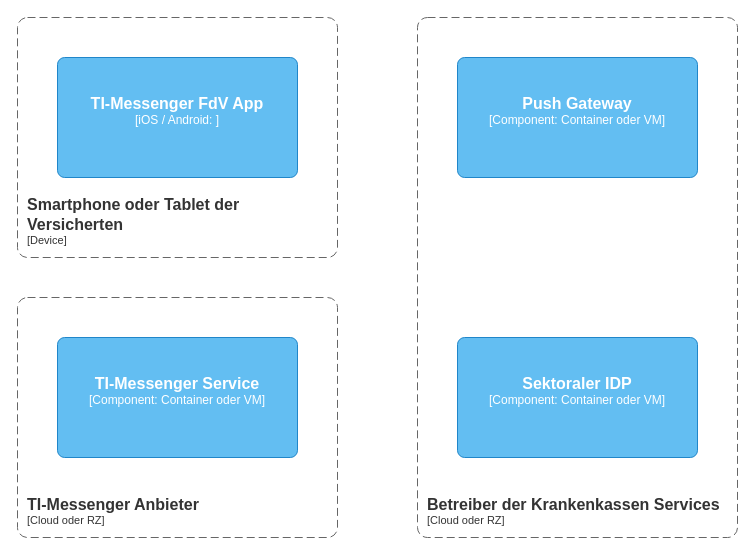
This is src/drawio/Anwenderidentifikation_Verteilungssicht.drawio from gematik/api-ti-messenger, a draw.io file, before an edit. Source tidied: cells renumbered, new cells numbered last; positions are measured from the earlier drawing's top-left corner, leaving out a move shared by most shapes. Both pictures are drawn from the tidied source at 100%, with x=0, y=0 at pixel (17, 17).
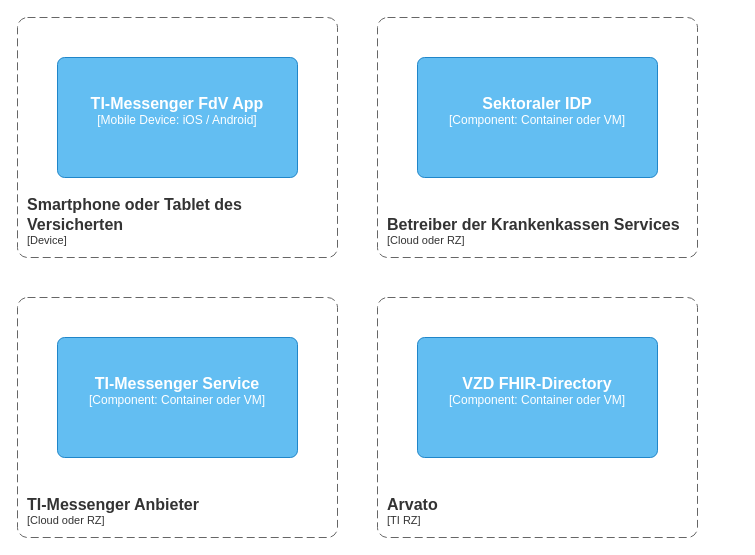
Above is the later version.

What changed in the source:
```diff
@@
 <mxGraphModel>
   <root>
     <mxCell id="0" />
     <mxCell id="1" parent="0" />
-    <object id="2" label="&lt;font style=&quot;font-size: 16px&quot;&gt;&lt;b&gt;%c4Name%&lt;/b&gt;&lt;/font&gt;&lt;div&gt;[%c4Type%: %c4Technology%]&lt;/div&gt;&lt;br&gt;&lt;div&gt;&lt;font style=&quot;font-size: 11px&quot;&gt;%c4Description%&lt;/font&gt;&lt;/div&gt;" c4Description="" c4Name="TI-Messenger FdV App" c4Technology="" c4Type="iOS / Android" placeholders="1">
+    <object id="2" label="&lt;font style=&quot;font-size: 16px&quot;&gt;&lt;b&gt;%c4Name%&lt;/b&gt;&lt;/font&gt;&lt;div&gt;[%c4Type%: %c4Technology%]&lt;/div&gt;&lt;br&gt;&lt;div&gt;&lt;font style=&quot;font-size: 11px&quot;&gt;%c4Description%&lt;/font&gt;&lt;/div&gt;" c4Description="" c4Name="TI-Messenger FdV App" c4Technology="iOS / Android" c4Type="Mobile Device" placeholders="1">
       <mxCell style="rounded=1;whiteSpace=wrap;html=1;labelBackgroundColor=none;fillColor=#63BEF2;fontColor=#ffffff;align=center;arcSize=6;strokeColor=#2086C9;" parent="1" vertex="1">
         <mxGeometry x="40" y="40" width="240" height="120" as="geometry" />
       </mxCell>
     </object>
-    <object id="3" label="&lt;font style=&quot;font-size: 16px&quot;&gt;&lt;b&gt;&lt;div style=&quot;text-align: left&quot;&gt;%c4Name%&lt;/div&gt;&lt;/b&gt;&lt;/font&gt;&lt;div style=&quot;text-align: left&quot;&gt;[%c4Application%]&lt;/div&gt;" c4Application="Device" c4Name="Smartphone oder Tablet der Versicherten" placeholders="1">
+    <object id="3" label="&lt;font style=&quot;font-size: 16px&quot;&gt;&lt;b&gt;&lt;div style=&quot;text-align: left&quot;&gt;%c4Name%&lt;/div&gt;&lt;/b&gt;&lt;/font&gt;&lt;div style=&quot;text-align: left&quot;&gt;[%c4Application%]&lt;/div&gt;" c4Application="Device" c4Name="Smartphone oder Tablet des Versicherten" placeholders="1">
       <mxCell style="rounded=1;fontSize=11;whiteSpace=wrap;html=1;dashed=1;arcSize=20;fillColor=none;strokeColor=#666666;fontColor=#333333;labelBackgroundColor=none;align=left;verticalAlign=bottom;labelBorderColor=none;spacingTop=0;spacing=10;dashPattern=8 4;perimeter=rectanglePerimeter;noLabel=0;labelPadding=0;absoluteArcSize=1;" parent="1" vertex="1">
         <mxGeometry width="320" height="240" as="geometry" />
       </mxCell>
     </object>
     <object id="4" label="&lt;font style=&quot;font-size: 16px&quot;&gt;&lt;b&gt;&lt;div style=&quot;text-align: left&quot;&gt;%c4Name%&lt;/div&gt;&lt;/b&gt;&lt;/font&gt;&lt;div style=&quot;text-align: left&quot;&gt;[%c4Application%]&lt;/div&gt;" c4Application="Cloud oder RZ" c4Name="TI-Messenger Anbieter" placeholders="1">
       <mxCell style="rounded=1;fontSize=11;whiteSpace=wrap;html=1;dashed=1;arcSize=20;fillColor=none;strokeColor=#666666;fontColor=#333333;labelBackgroundColor=none;align=left;verticalAlign=bottom;labelBorderColor=none;spacingTop=0;spacing=10;dashPattern=8 4;perimeter=rectanglePerimeter;noLabel=0;labelPadding=0;absoluteArcSize=1;" parent="1" vertex="1">
         <mxGeometry y="280" width="320" height="240" as="geometry" />
       </mxCell>
     </object>
     <object id="5" label="&lt;font style=&quot;font-size: 16px&quot;&gt;&lt;b&gt;%c4Name%&lt;/b&gt;&lt;/font&gt;&lt;div&gt;[%c4Type%: %c4Technology%]&lt;/div&gt;&lt;br&gt;&lt;div&gt;&lt;font style=&quot;font-size: 11px&quot;&gt;%c4Description%&lt;/font&gt;&lt;/div&gt;" c4Description="" c4Name="TI-Messenger Service" c4Technology="Container oder VM" c4Type="Component" placeholders="1">
       <mxCell style="rounded=1;whiteSpace=wrap;html=1;labelBackgroundColor=none;fillColor=#63BEF2;fontColor=#ffffff;align=center;arcSize=6;strokeColor=#2086C9;" parent="1" vertex="1">
         <mxGeometry x="40" y="320" width="240" height="120" as="geometry" />
       </mxCell>
     </object>
-    <object id="6" label="&lt;font style=&quot;font-size: 16px&quot;&gt;&lt;b&gt;%c4Name%&lt;/b&gt;&lt;/font&gt;&lt;div&gt;[%c4Type%: %c4Technology%]&lt;/div&gt;&lt;br&gt;&lt;div&gt;&lt;font style=&quot;font-size: 11px&quot;&gt;%c4Description%&lt;/font&gt;&lt;/div&gt;" c4Description="" c4Name="Push Gateway" c4Technology="Container oder VM" c4Type="Component" placeholders="1">
+    <object id="6" label="&lt;font style=&quot;font-size: 16px&quot;&gt;&lt;b&gt;%c4Name%&lt;/b&gt;&lt;/font&gt;&lt;div&gt;[%c4Type%: %c4Technology%]&lt;/div&gt;&lt;br&gt;&lt;div&gt;&lt;font style=&quot;font-size: 11px&quot;&gt;%c4Description%&lt;/font&gt;&lt;/div&gt;" c4Description="" c4Name="VZD FHIR-Directory" c4Technology="Container oder VM" c4Type="Component" placeholders="1">
       <mxCell style="rounded=1;whiteSpace=wrap;html=1;labelBackgroundColor=none;fillColor=#63BEF2;fontColor=#ffffff;align=center;arcSize=6;strokeColor=#2086C9;" parent="1" vertex="1">
-        <mxGeometry x="440" y="40" width="240" height="120" as="geometry" />
+        <mxGeometry x="400" y="320" width="240" height="120" as="geometry" />
       </mxCell>
     </object>
     <object id="7" label="&lt;font style=&quot;font-size: 16px&quot;&gt;&lt;b&gt;&lt;div style=&quot;text-align: left&quot;&gt;%c4Name%&lt;/div&gt;&lt;/b&gt;&lt;/font&gt;&lt;div style=&quot;text-align: left&quot;&gt;[%c4Application%]&lt;/div&gt;" c4Application="Cloud oder RZ" c4Name="Betreiber der Krankenkassen Services" placeholders="1">
       <mxCell style="rounded=1;fontSize=11;whiteSpace=wrap;html=1;dashed=1;arcSize=20;fillColor=none;strokeColor=#666666;fontColor=#333333;labelBackgroundColor=none;align=left;verticalAlign=bottom;labelBorderColor=none;spacingTop=0;spacing=10;dashPattern=8 4;perimeter=rectanglePerimeter;noLabel=0;labelPadding=0;absoluteArcSize=1;" parent="1" vertex="1">
-        <mxGeometry x="400" width="320" height="520" as="geometry" />
+        <mxGeometry x="360" width="320" height="240" as="geometry" />
       </mxCell>
     </object>
     <object id="8" label="&lt;font style=&quot;font-size: 16px&quot;&gt;&lt;b&gt;%c4Name%&lt;/b&gt;&lt;/font&gt;&lt;div&gt;[%c4Type%: %c4Technology%]&lt;/div&gt;&lt;br&gt;&lt;div&gt;&lt;font style=&quot;font-size: 11px&quot;&gt;%c4Description%&lt;/font&gt;&lt;/div&gt;" c4Description="" c4Name="Sektoraler IDP" c4Technology="Container oder VM" c4Type="Component" placeholders="1">
       <mxCell style="rounded=1;whiteSpace=wrap;html=1;labelBackgroundColor=none;fillColor=#63BEF2;fontColor=#ffffff;align=center;arcSize=6;strokeColor=#2086C9;" parent="1" vertex="1">
-        <mxGeometry x="440" y="320" width="240" height="120" as="geometry" />
+        <mxGeometry x="400" y="40" width="240" height="120" as="geometry" />
       </mxCell>
     </object>
+    <object id="9" label="&lt;font style=&quot;font-size: 16px&quot;&gt;&lt;b&gt;&lt;div style=&quot;text-align: left&quot;&gt;%c4Name%&lt;/div&gt;&lt;/b&gt;&lt;/font&gt;&lt;div style=&quot;text-align: left&quot;&gt;[%c4Application%]&lt;/div&gt;" c4Application="TI RZ" c4Name="Arvato" placeholders="1">
+      <mxCell style="rounded=1;fontSize=11;whiteSpace=wrap;html=1;dashed=1;arcSize=20;fillColor=none;strokeColor=#666666;fontColor=#333333;labelBackgroundColor=none;align=left;verticalAlign=bottom;labelBorderColor=none;spacingTop=0;spacing=10;dashPattern=8 4;perimeter=rectanglePerimeter;noLabel=0;labelPadding=0;absoluteArcSize=1;" parent="1" vertex="1">
+        <mxGeometry x="360" y="280" width="320" height="240" as="geometry" />
+      </mxCell>
+    </object>
   </root>
 </mxGraphModel>
```
